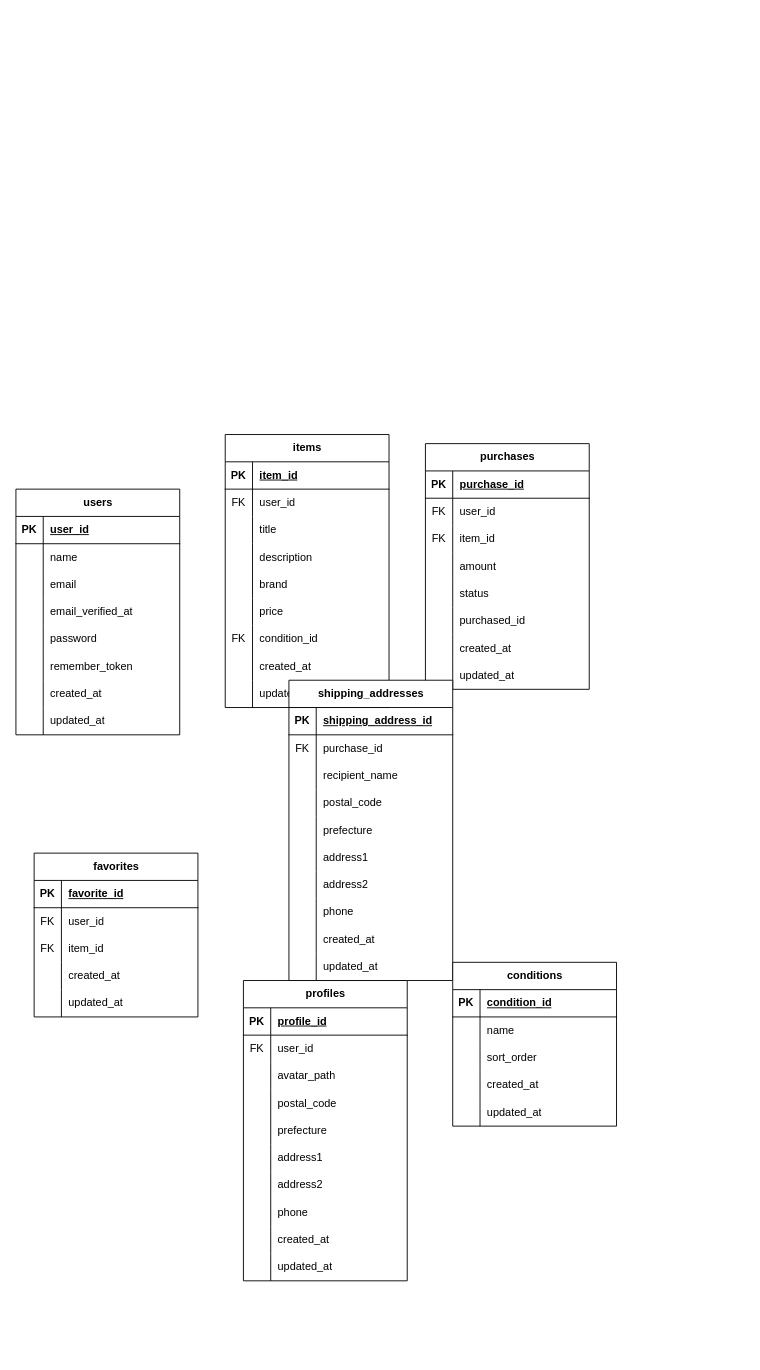
Earlier version of the draw.io diagram src/flea.drawio (tomoysd/coachtech-freemarket). Source tidied: cells renumbered, new cells numbered last; positions are measured from the earlier drawing's top-left corner, leaving out a move shared by most shapes. Both pictures are drawn from the tidied source at 91%, with x=0, y=0 at pixel (15, 434).
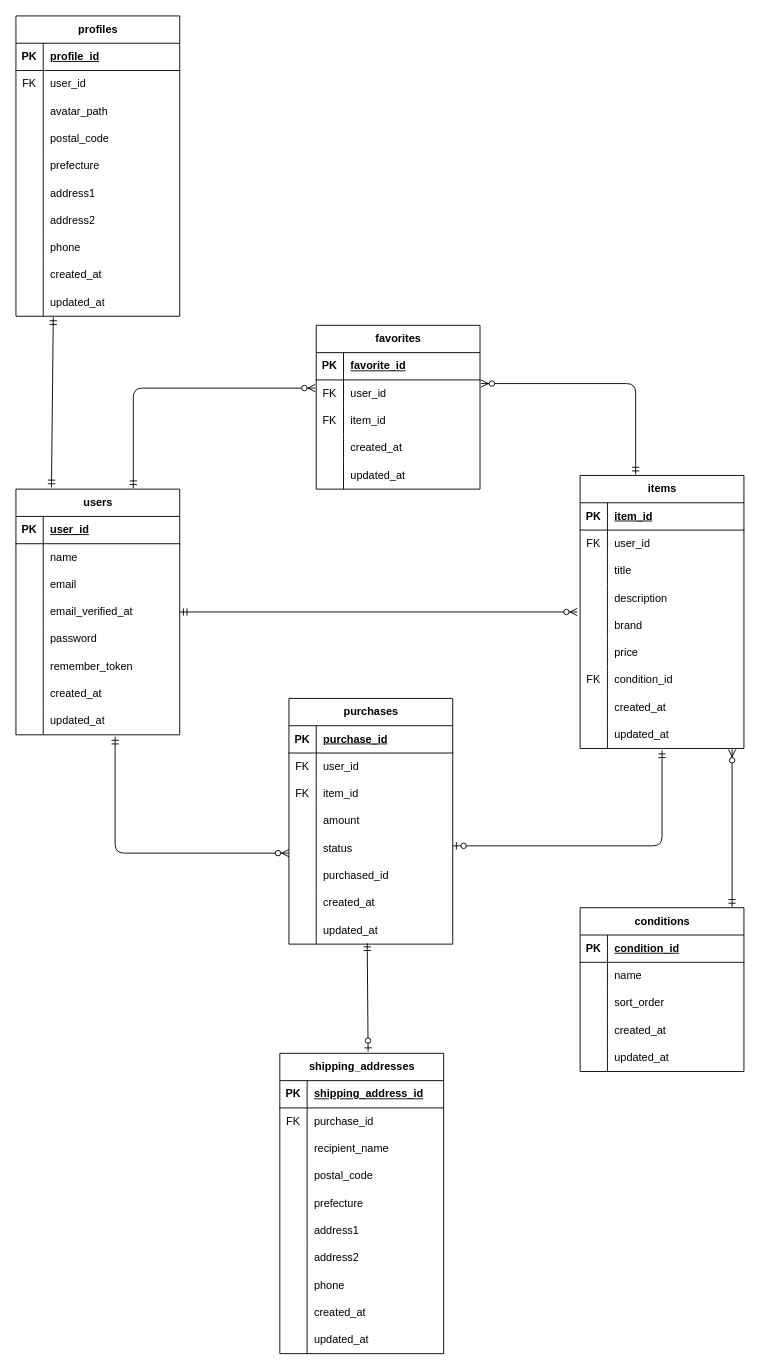
Above is the later version.

Unchanged cells that the change refers to:
```xml
<mxCell id="2" value="users" style="shape=table;startSize=30;childLayout=tableLayout;rowLines=0;fontStyle=1;align=center;html=1;" parent="1" vertex="1">
  <mxGeometry y="60" width="180" height="270" as="geometry" />
</mxCell>
<mxCell id="12" style="shape=tableRow;horizontal=0;startSize=0;swimlaneHead=0;swimlaneBody=0;fillColor=none;points=[[0,0.5],[1,0.5]];portConstraint=eastwest;top=0;left=0;right=0;bottom=0;" parent="2" vertex="1">
  <mxGeometry y="120" width="180" height="30" as="geometry" />
</mxCell>
<mxCell id="40" style="shape=tableRow;horizontal=0;startSize=0;swimlaneHead=0;swimlaneBody=0;fillColor=none;points=[[0,0.5],[1,0.5]];portConstraint=eastwest;top=0;left=0;right=0;bottom=0;" parent="27" vertex="1">
  <mxGeometry y="150" width="180" height="30" as="geometry" />
</mxCell>
<mxCell id="77" style="shape=tableRow;horizontal=0;startSize=0;swimlaneHead=0;swimlaneBody=0;fillColor=none;points=[[0,0.5],[1,0.5]];portConstraint=eastwest;top=0;left=0;right=0;bottom=0;" parent="55" vertex="1">
  <mxGeometry y="240" width="180" height="30" as="geometry" />
</mxCell>
<mxCell id="155" style="shape=tableRow;horizontal=0;startSize=0;swimlaneHead=0;swimlaneBody=0;fillColor=none;points=[[0,0.5],[1,0.5]];portConstraint=eastwest;top=0;left=0;right=0;bottom=0;" parent="127" vertex="1">
  <mxGeometry y="300" width="180" height="30" as="geometry" />
</mxCell>
```

Diff of the diagram source:
```diff
@@
     <mxCell id="27" value="items" style="shape=table;startSize=30;childLayout=tableLayout;rowLines=0;fontStyle=1;align=center;html=1;" parent="1" vertex="1">
-      <mxGeometry x="230" width="180" height="300" as="geometry" />
+      <mxGeometry x="620" y="45" width="180" height="300" as="geometry" />
     </mxCell>
@@
     <mxCell id="55" value="purchases" style="shape=table;startSize=30;childLayout=tableLayout;rowLines=0;fontStyle=1;align=center;html=1;" parent="1" vertex="1">
-      <mxGeometry x="450" y="10" width="180" height="270" as="geometry" />
+      <mxGeometry x="300" y="290" width="180" height="270" as="geometry" />
     </mxCell>
@@
     <mxCell id="80" value="shipping_addresses" style="shape=table;startSize=30;childLayout=tableLayout;rowLines=0;fontStyle=1;align=center;html=1;" parent="1" vertex="1">
-      <mxGeometry x="300" y="270" width="180" height="330" as="geometry" />
+      <mxGeometry x="290" y="680" width="180" height="330" as="geometry" />
     </mxCell>
@@
     <mxCell id="111" value="conditions" style="shape=table;startSize=30;childLayout=tableLayout;rowLines=0;fontStyle=1;align=center;html=1;" parent="1" vertex="1">
-      <mxGeometry x="480" y="580" width="180" height="180" as="geometry" />
+      <mxGeometry x="620" y="520" width="180" height="180" as="geometry" />
     </mxCell>
@@
     <mxCell id="127" value="profiles" style="shape=table;startSize=30;childLayout=tableLayout;rowLines=0;fontStyle=1;align=center;html=1;" parent="1" vertex="1">
-      <mxGeometry x="250" y="600" width="180" height="330" as="geometry" />
+      <mxGeometry y="-460" width="180" height="330" as="geometry" />
     </mxCell>
@@
     <mxCell id="158" value="favorites" style="shape=table;startSize=30;childLayout=tableLayout;rowLines=0;fontStyle=1;align=center;html=1;" parent="1" vertex="1">
-      <mxGeometry x="20" y="460" width="180" height="180" as="geometry" />
+      <mxGeometry x="330" y="-120" width="180" height="180" as="geometry" />
     </mxCell>
@@
+    <mxCell id="174" style="edgeStyle=entityRelationEdgeStyle;fontSize=12;html=1;endArrow=ERzeroToMany;startArrow=ERmandOne;exitX=1;exitY=0.5;exitDx=0;exitDy=0;entryX=-0.017;entryY=0;entryDx=0;entryDy=0;entryPerimeter=0;" parent="1" edge="1" source="12" target="40">
+      <mxGeometry relative="1" as="geometry" />
+    </mxCell>
+    <mxCell id="175" style="edgeStyle=elbowEdgeStyle;fontSize=12;html=1;endArrow=ERzeroToMany;startArrow=ERmandOne;exitX=0.55;exitY=1.067;exitDx=0;exitDy=0;elbow=vertical;exitPerimeter=0;" parent="1" edge="1">
+      <mxGeometry relative="1" as="geometry">
+        <mxPoint x="109" y="332" as="sourcePoint" />
+        <mxPoint x="300" y="460" as="targetPoint" />
+        <Array as="points">
+          <mxPoint x="210" y="460" />
+        </Array>
+      </mxGeometry>
+    </mxCell>
+    <mxCell id="176" style="edgeStyle=elbowEdgeStyle;fontSize=12;html=1;endArrow=ERzeroToOne;startArrow=ERmandOne;entryX=1;entryY=0.5;entryDx=0;entryDy=0;elbow=vertical;exitX=0.5;exitY=1.167;exitDx=0;exitDy=0;exitPerimeter=0;" parent="1" edge="1">
+      <mxGeometry relative="1" as="geometry">
+        <mxPoint x="710" y="347" as="sourcePoint" />
+        <mxPoint x="480" y="452" as="targetPoint" />
+        <Array as="points">
+          <mxPoint x="590" y="452" />
+        </Array>
+      </mxGeometry>
+    </mxCell>
+    <mxCell id="177" style="fontSize=12;html=1;endArrow=ERzeroToOne;startArrow=ERmandOne;exitX=0.478;exitY=0.967;exitDx=0;exitDy=0;exitPerimeter=0;" parent="1" edge="1" source="77">
+      <mxGeometry relative="1" as="geometry">
+        <mxPoint x="387" y="678" as="targetPoint" />
+      </mxGeometry>
+    </mxCell>
+    <mxCell id="178" style="fontSize=12;html=1;endArrow=ERzeroToMany;startArrow=ERmandOne;exitX=0.928;exitY=0.011;exitDx=0;exitDy=0;exitPerimeter=0;entryX=0.928;entryY=1.133;entryDx=0;entryDy=0;entryPerimeter=0;" parent="1" edge="1">
+      <mxGeometry relative="1" as="geometry">
+        <mxPoint x="787" y="519" as="sourcePoint" />
+        <mxPoint x="787" y="346" as="targetPoint" />
+      </mxGeometry>
+    </mxCell>
+    <mxCell id="179" style="fontSize=12;html=1;endArrow=ERmandOne;startArrow=ERmandOne;exitX=0.217;exitY=-0.007;exitDx=0;exitDy=0;entryX=0.228;entryY=1.033;entryDx=0;entryDy=0;entryPerimeter=0;exitPerimeter=0;" parent="1" edge="1" source="2" target="155">
+      <mxGeometry relative="1" as="geometry" />
+    </mxCell>
+    <mxCell id="180" style="edgeStyle=elbowEdgeStyle;fontSize=12;html=1;endArrow=ERzeroToMany;startArrow=ERmandOne;" parent="1" edge="1">
+      <mxGeometry relative="1" as="geometry">
+        <mxPoint x="129" y="59" as="sourcePoint" />
+        <mxPoint x="329" y="-51" as="targetPoint" />
+        <Array as="points">
+          <mxPoint x="129" y="-21" />
+        </Array>
+      </mxGeometry>
+    </mxCell>
+    <mxCell id="181" style="edgeStyle=elbowEdgeStyle;fontSize=12;html=1;endArrow=ERzeroToMany;startArrow=ERmandOne;" parent="1" edge="1">
+      <mxGeometry relative="1" as="geometry">
+        <mxPoint x="681" y="44" as="sourcePoint" />
+        <mxPoint x="511" y="-56" as="targetPoint" />
+        <Array as="points">
+          <mxPoint x="681" y="-86" />
+        </Array>
+      </mxGeometry>
+    </mxCell>
```
